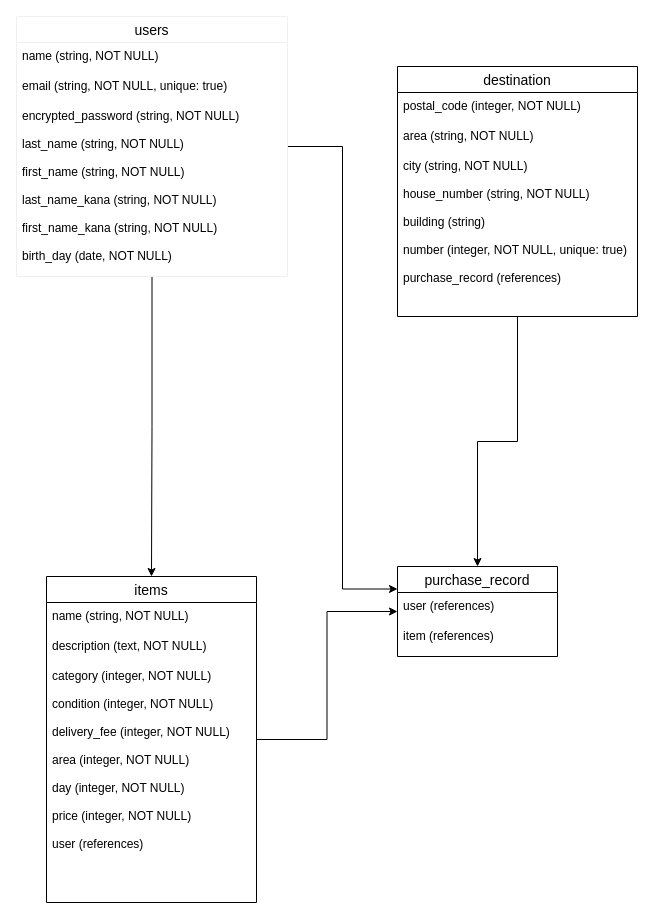
Above: furima-35955.dio in hadzuki89/furima-35955 (draw.io), before the change. Source tidied: cells renumbered, new cells numbered last; positions are measured from the earlier drawing's top-left corner, leaving out a move shared by most shapes. Both pictures are drawn from the tidied source at 100%, with x=0, y=0 at pixel (16, 16).
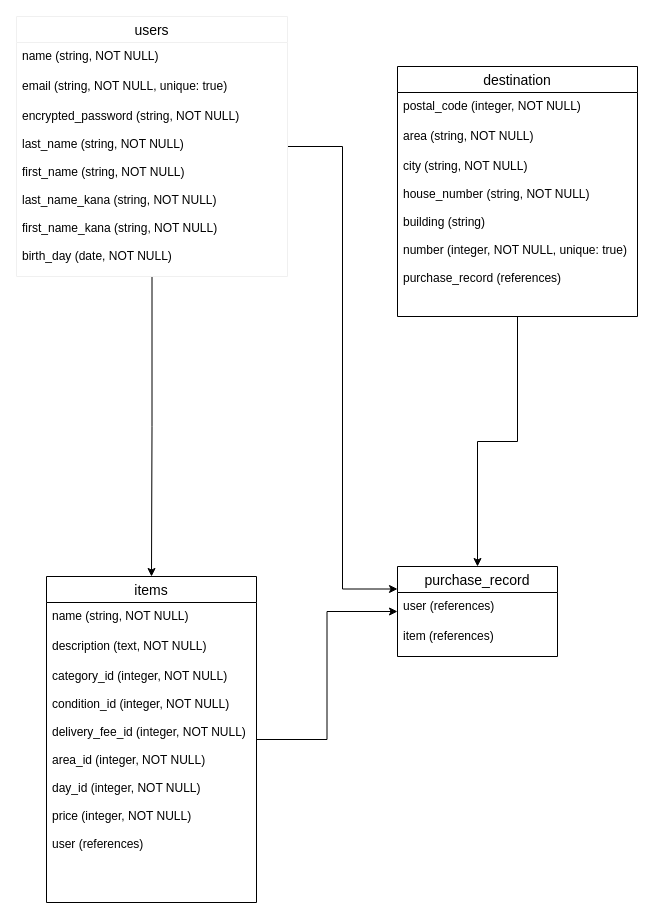
Above is the later version.

Unchanged cells that the change refers to:
```xml
<mxCell id="9" value="items" style="swimlane;fontStyle=0;horizontal=1;startSize=26;align=center;fontSize=14;" parent="1" vertex="1">
  <mxGeometry x="30" y="560" width="210" height="326" as="geometry" />
</mxCell>
```

Diff of the diagram source:
```diff
@@
-    <mxCell id="12" value="category (integer, NOT NULL)&#10;&#10;condition (integer, NOT NULL)&#10;&#10;delivery_fee (integer, NOT NULL)&#10;&#10;area (integer, NOT NULL)&#10;&#10;day (integer, NOT NULL)&#10;&#10;price (integer, NOT NULL)&#10;&#10;user (references)&#10;&#10;" style="text;strokeColor=none;fillColor=none;spacingLeft=4;spacingRight=4;overflow=hidden;fontSize=12;" parent="9" vertex="1">
+    <mxCell id="12" value="category_id (integer, NOT NULL)&#10;&#10;condition_id (integer, NOT NULL)&#10;&#10;delivery_fee_id (integer, NOT NULL)&#10;&#10;area_id (integer, NOT NULL)&#10;&#10;day_id (integer, NOT NULL)&#10;&#10;price (integer, NOT NULL)&#10;&#10;user (references)&#10;&#10;" style="text;strokeColor=none;fillColor=none;spacingLeft=4;spacingRight=4;overflow=hidden;fontSize=12;" parent="9" vertex="1">
       <mxGeometry y="86" width="210" height="240" as="geometry" />
     </mxCell>
```
